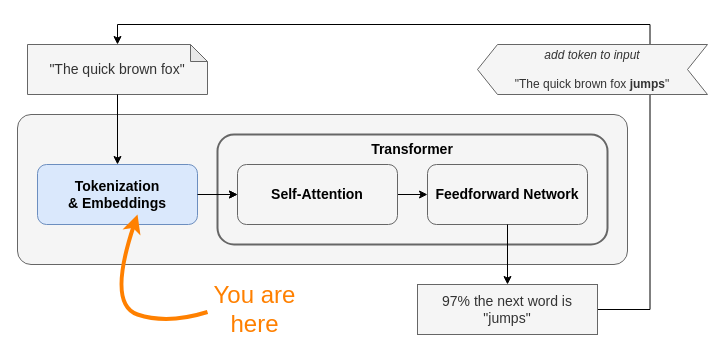
Above: book/images/input/llm-flow-input.drawio in yshavit/llm-notes (draw.io), before the change. Source tidied: cells renumbered, new cells numbered last; positions are measured from the earlier drawing's top-left corner, leaving out a move shared by most shapes. Both pictures are drawn from the tidied source at 100%, with x=0, y=0 at pixel (17, 44).
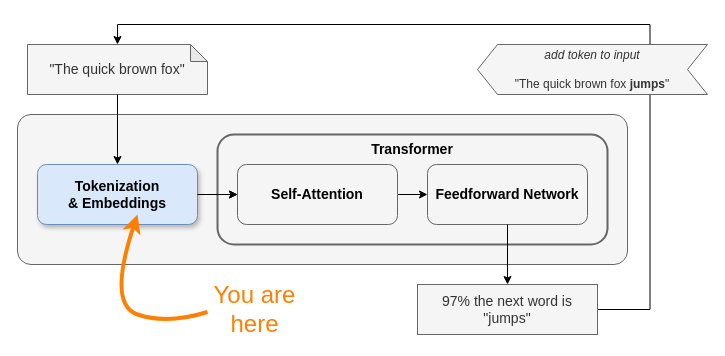
The same diagram, later.

Diff of the diagram source:
```diff
@@
-    <mxCell id="5" value="&lt;b&gt;Tokenization&lt;br&gt;&amp;amp; Embeddings&lt;/b&gt;" style="rounded=1;whiteSpace=wrap;html=1;fillColor=#dae8fc;strokeColor=#6c8ebf;fontSize=14;" parent="1" vertex="1">
+    <mxCell id="5" value="&lt;b&gt;Tokenization&lt;br&gt;&amp;amp; Embeddings&lt;/b&gt;" style="rounded=1;whiteSpace=wrap;html=1;fillColor=#dae8fc;strokeColor=#6c8ebf;fontSize=14;shadow=1;" parent="1" vertex="1">
       <mxGeometry x="20" y="120" width="160" height="60" as="geometry" />
     </mxCell>
```
